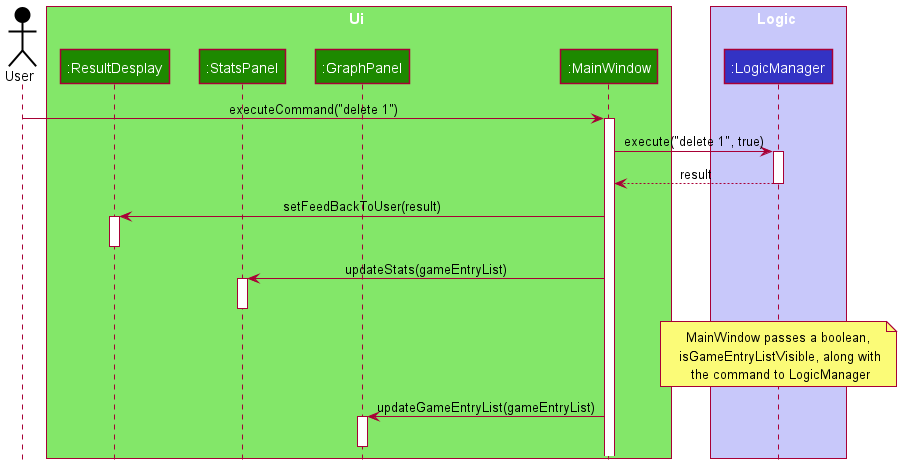
Before: docs/images/DeleteSequenceDiagramUI.png, a diagram exported from PlantUML (yzhilong/tp).
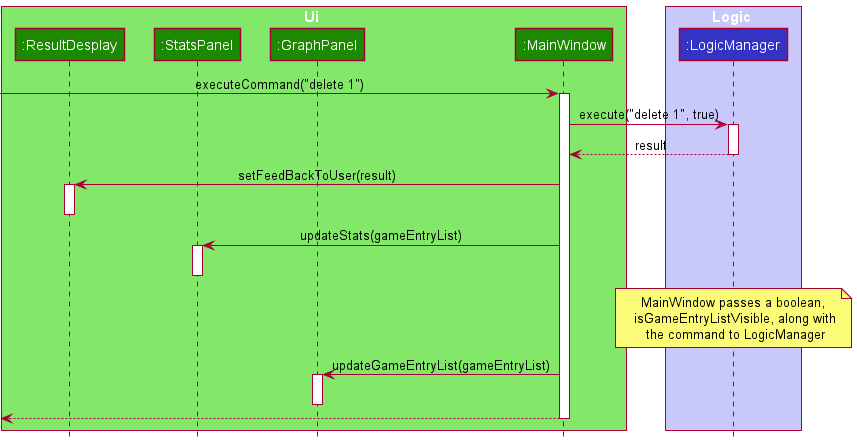
After the change.

What changed in the source:
```diff
@@ -1,7 +1,7 @@
 @startuml
 !include style.puml
 
-Actor User as user USER_COLOR
+
 
 box Ui UI_COLOR_T1
 participant ":ResultDesplay" as ResultDisplay UI_COLOR
@@ -14,7 +14,7 @@
 participant ":LogicManager" as LogicManager LOGIC_COLOR
 end box
 
-user -> MainWindow : executeCommand("delete 1")
+[-> MainWindow : executeCommand("delete 1")
 activate MainWindow
 
 MainWindow -> LogicManager : execute("delete 1", true)
@@ -44,5 +44,6 @@
 activate GraphPanel
 
 deactivate GraphPanel
-
+[<--MainWindow
+deactivate MainWindow
 @enduml
```
